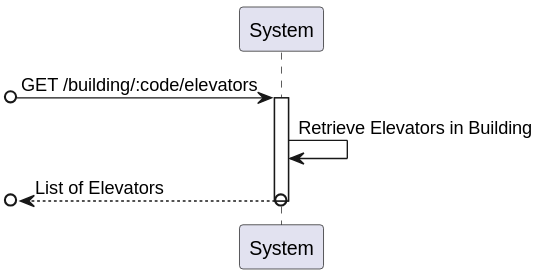
winqus/RobDroneGo keeps this PlantUML diagram as docs/US/ID-290/SD Lv1.svg. Above is the earlier version. The source it was exported from:
```plantuml
@startuml SD Lv1

[o-> System : GET /building/:code/elevators
activate System

System -> System : Retrieve Elevators in Building

[o<--o System : List of Elevators
deactivate System

@enduml
```
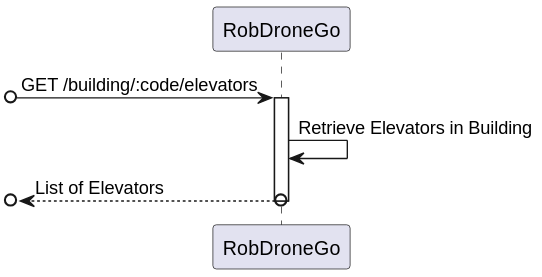
Above is the later version.

Diff of the diagram source:
```diff
@@ -1,4 +1,6 @@
 @startuml SD Lv1
+
+participant "RobDroneGo" as System
 
 [o-> System : GET /building/:code/elevators
 activate System
```
